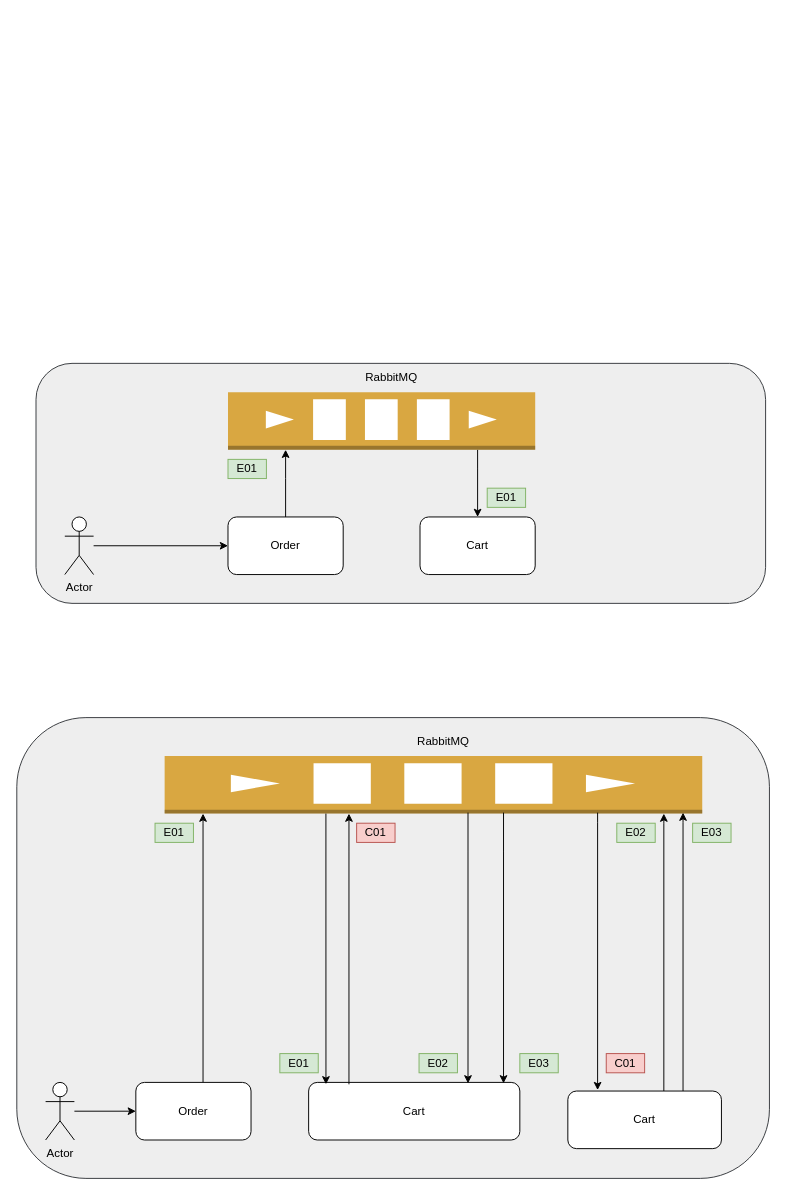
The draw.io diagram SagaMicroservice.drawio in Mohamedmtc/Diagrams, before the edit. Source tidied: cells renumbered, new cells numbered last; positions are measured from the earlier drawing's top-left corner, leaving out a move shared by most shapes. Both pictures are drawn from the tidied source at 96%, with x=0, y=0 at pixel (16, 363).
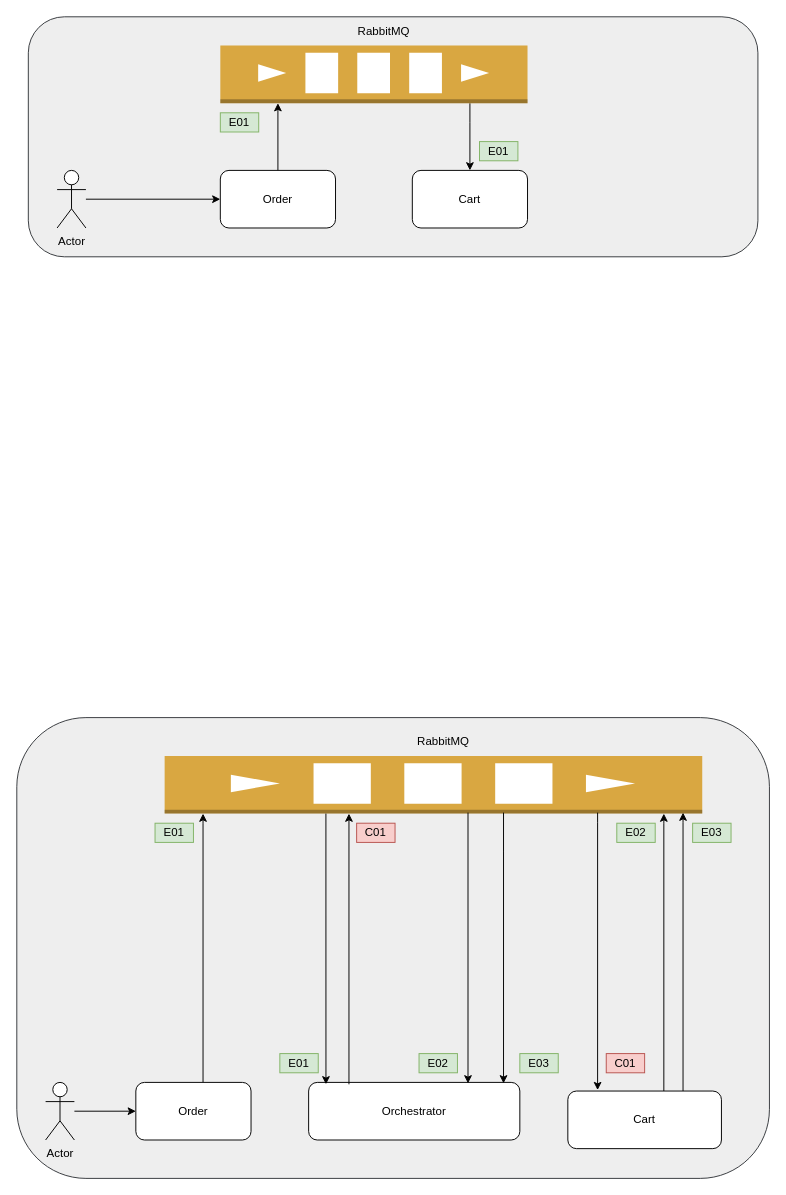
The same diagram, later.

Diff of the diagram source:
```diff
@@
     <mxCell id="2" style="rounded=1;whiteSpace=wrap;html=1;fillColor=#eeeeee;strokeColor=#36393d;" parent="1" vertex="1">
-      <mxGeometry x="20" width="760" height="250" as="geometry" />
+      <mxGeometry x="12" y="-361" width="760" height="250" as="geometry" />
     </mxCell>
@@
     <mxCell id="4" style="edgeStyle=orthogonalEdgeStyle;rounded=0;jettySize=auto;html=1;startArrow=classic;startFill=1;endArrow=none;endFill=0;" parent="1" edge="1" source="5" target="6">
       <mxGeometry relative="1" as="geometry">
         <Array as="points">
-          <mxPoint x="480" y="110" />
-          <mxPoint x="480" y="110" />
+          <mxPoint x="472" y="-251" />
+          <mxPoint x="472" y="-251" />
         </Array>
       </mxGeometry>
     </mxCell>
     <mxCell id="5" value="Cart" style="rounded=1;whiteSpace=wrap;html=1;" parent="1" vertex="1">
-      <mxGeometry x="420" y="160" width="120" height="60" as="geometry" />
+      <mxGeometry x="412" y="-201" width="120" height="60" as="geometry" />
     </mxCell>
     <mxCell id="6" style="outlineConnect=0;dashed=0;verticalLabelPosition=bottom;verticalAlign=top;align=center;html=1;shape=mxgraph.aws3.queue;fillColor=#D9A741;gradientColor=none;" parent="1" vertex="1">
-      <mxGeometry x="220" y="30" width="320" height="60" as="geometry" />
+      <mxGeometry x="212" y="-331" width="320" height="60" as="geometry" />
     </mxCell>
     <mxCell id="7" style="edgeStyle=orthogonalEdgeStyle;rounded=0;jettySize=auto;html=1;startArrow=none;startFill=0;endArrow=classic;endFill=1;" parent="1" edge="1" source="8" target="6">
       <mxGeometry relative="1" as="geometry">
         <Array as="points">
-          <mxPoint x="280" y="120" />
-          <mxPoint x="280" y="120" />
+          <mxPoint x="272" y="-241" />
+          <mxPoint x="272" y="-241" />
         </Array>
       </mxGeometry>
     </mxCell>
     <mxCell id="8" value="Order" style="rounded=1;whiteSpace=wrap;html=1;" parent="1" vertex="1">
-      <mxGeometry x="220" y="160" width="120" height="60" as="geometry" />
+      <mxGeometry x="212" y="-201" width="120" height="60" as="geometry" />
     </mxCell>
@@
     <mxCell id="15" value="Actor" style="shape=umlActor;verticalLabelPosition=bottom;verticalAlign=top;html=1;outlineConnect=0;" parent="1" vertex="1">
-      <mxGeometry x="50" y="160" width="30" height="60" as="geometry" />
+      <mxGeometry x="42" y="-201" width="30" height="60" as="geometry" />
     </mxCell>
-    <mxCell id="16" value="Cart" style="rounded=1;whiteSpace=wrap;html=1;" parent="1" vertex="1">
+    <mxCell id="16" value="Orchestrator" style="rounded=1;whiteSpace=wrap;html=1;" parent="1" vertex="1">
       <mxGeometry x="304" y="749" width="220" height="60" as="geometry" />
     </mxCell>
     <mxCell id="17" value="RabbitMQ" style="text;html=1;align=center;verticalAlign=middle;strokeColor=none;fillColor=none;" parent="1" vertex="1">
-      <mxGeometry x="350" width="80" height="30" as="geometry" />
+      <mxGeometry x="342" y="-361" width="80" height="30" as="geometry" />
     </mxCell>
@@
     <mxCell id="35" value="E01" style="text;html=1;strokeColor=#82b366;fillColor=#d5e8d4;align=center;verticalAlign=middle;whiteSpace=wrap;overflow=hidden;" parent="1" vertex="1">
-      <mxGeometry x="220" y="100" width="40" height="20" as="geometry" />
+      <mxGeometry x="212" y="-261" width="40" height="20" as="geometry" />
     </mxCell>
     <mxCell id="36" value="E01" style="text;html=1;strokeColor=#82b366;fillColor=#d5e8d4;align=center;verticalAlign=middle;whiteSpace=wrap;overflow=hidden;" parent="1" vertex="1">
-      <mxGeometry x="490" y="130" width="40" height="20" as="geometry" />
+      <mxGeometry x="482" y="-231" width="40" height="20" as="geometry" />
     </mxCell>
```
